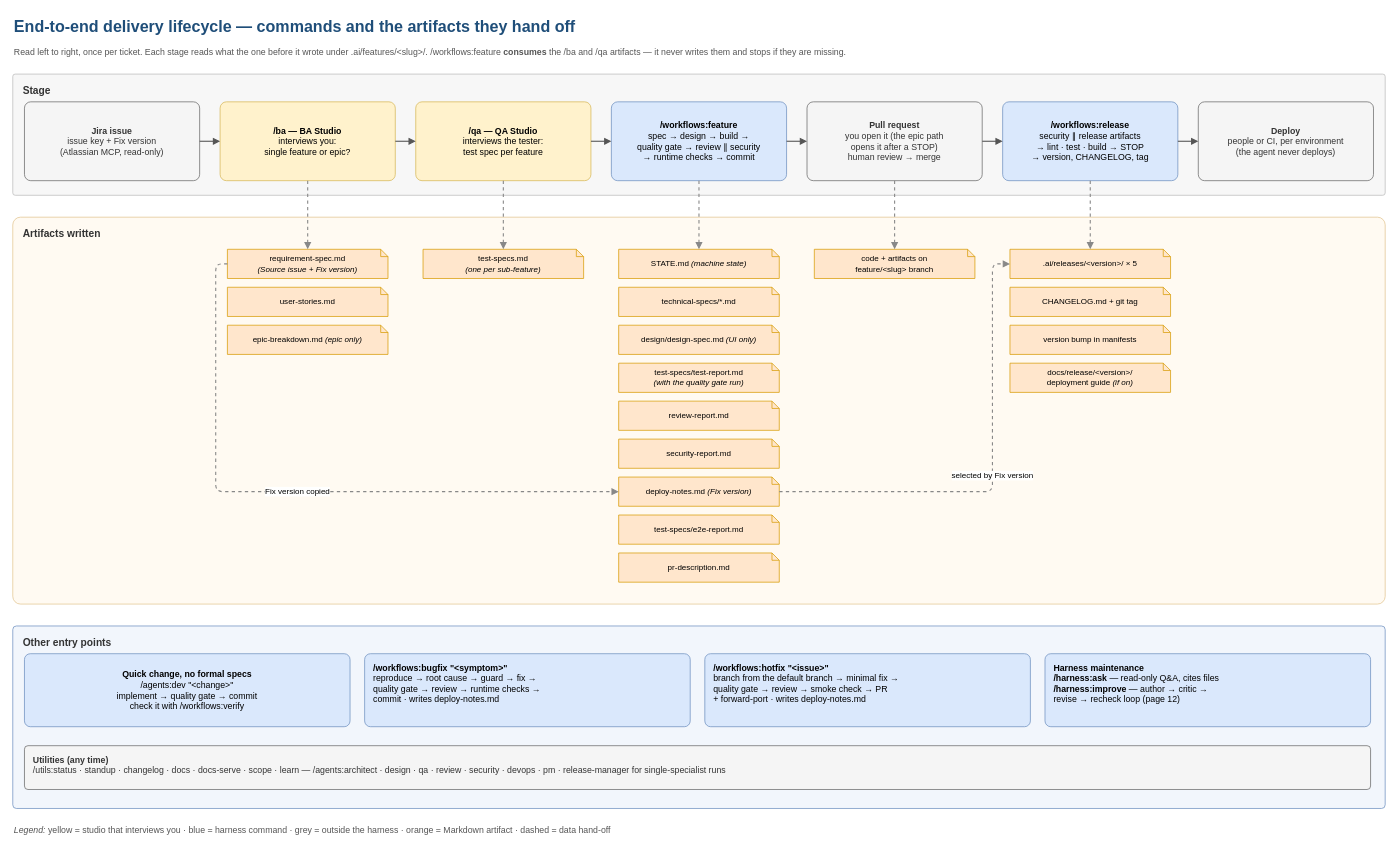
The draw.io diagram page "3 Delivery Lifecycle" (3 of 12) of docs/harness-docs/diagrams/ai-dev-harness/ai-dev-harness.drawio in absjabed/ai-dev-harness, before the edit. Source tidied: cells renumbered, new cells numbered last; positions are measured from the earlier drawing's top-left corner, leaving out a move shared by most shapes. Both pictures are drawn from the tidied source at 73%, with x=0, y=0 at pixel (12, 12).
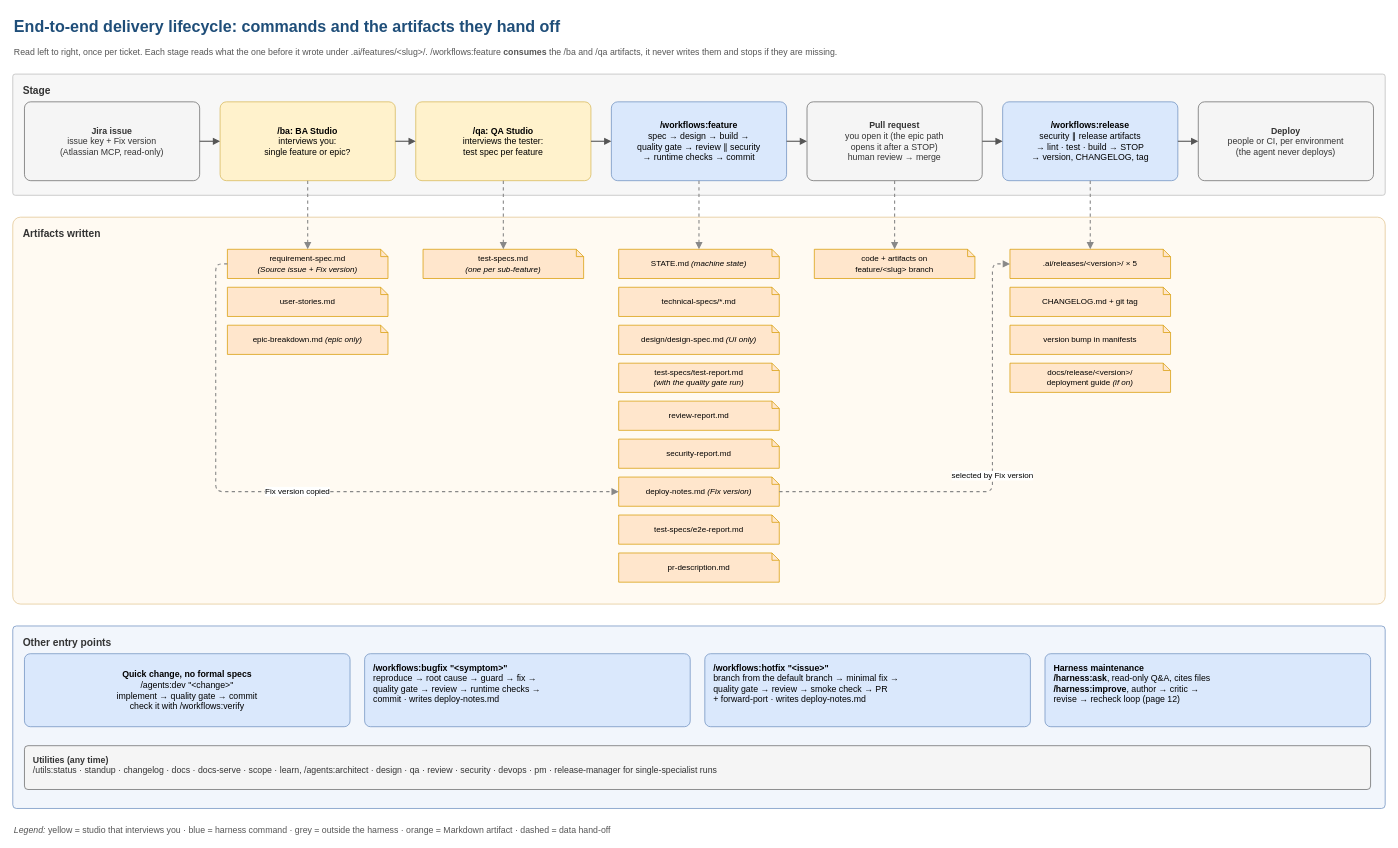
The same diagram, later.

What changed in the source:
```diff
@@
-    <mxCell id="2" value="End-to-end delivery lifecycle — commands and the artifacts they hand off" style="text;fontSize=22;fontStyle=1;fontColor=#1f4e79;align=left;verticalAlign=middle;strokeColor=none;fillColor=none;html=1;whiteSpace=wrap;fontFamily=Helvetica;" parent="1" vertex="1">
+    <mxCell id="2" value="End-to-end delivery lifecycle: commands and the artifacts they hand off" style="text;fontSize=22;fontStyle=1;fontColor=#1f4e79;align=left;verticalAlign=middle;strokeColor=none;fillColor=none;html=1;whiteSpace=wrap;fontFamily=Helvetica;" parent="1" vertex="1">
       <mxGeometry width="1500" height="40" as="geometry" />
     </mxCell>
-    <mxCell id="3" value="Read left to right, once per ticket. Each stage reads what the one before it wrote under .ai/features/&amp;lt;slug&amp;gt;/. /workflows:feature &lt;b&gt;consumes&lt;/b&gt; the /ba and /qa artifacts — it never writes them and stops if they are missing." style="text;fontSize=12;fontColor=#555555;align=left;verticalAlign=top;strokeColor=none;fillColor=none;html=1;whiteSpace=wrap;fontFamily=Helvetica;" parent="1" vertex="1">
+    <mxCell id="3" value="Read left to right, once per ticket. Each stage reads what the one before it wrote under .ai/features/&amp;lt;slug&amp;gt;/. /workflows:feature &lt;b&gt;consumes&lt;/b&gt; the /ba and /qa artifacts, it never writes them and stops if they are missing." style="text;fontSize=12;fontColor=#555555;align=left;verticalAlign=top;strokeColor=none;fillColor=none;html=1;whiteSpace=wrap;fontFamily=Helvetica;" parent="1" vertex="1">
       <mxGeometry y="40" width="1880" height="24" as="geometry" />
     </mxCell>
@@
-    <mxCell id="6" value="&lt;b&gt;/ba — BA Studio&lt;/b&gt;&lt;br&gt;interviews you:&lt;br&gt;single feature or epic?" style="rounded=1;arcSize=8;fillColor=#fff2cc;strokeColor=#d6b656;fontSize=12;html=1;whiteSpace=wrap;fontFamily=Helvetica;" parent="1" vertex="1">
+    <mxCell id="6" value="&lt;b&gt;/ba: BA Studio&lt;/b&gt;&lt;br&gt;interviews you:&lt;br&gt;single feature or epic?" style="rounded=1;arcSize=8;fillColor=#fff2cc;strokeColor=#d6b656;fontSize=12;html=1;whiteSpace=wrap;fontFamily=Helvetica;" parent="1" vertex="1">
       <mxGeometry x="284" y="122" width="240" height="108" as="geometry" />
     </mxCell>
-    <mxCell id="7" value="&lt;b&gt;/qa — QA Studio&lt;/b&gt;&lt;br&gt;interviews the tester:&lt;br&gt;test spec per feature" style="rounded=1;arcSize=8;fillColor=#fff2cc;strokeColor=#d6b656;fontSize=12;html=1;whiteSpace=wrap;fontFamily=Helvetica;" parent="1" vertex="1">
+    <mxCell id="7" value="&lt;b&gt;/qa: QA Studio&lt;/b&gt;&lt;br&gt;interviews the tester:&lt;br&gt;test spec per feature" style="rounded=1;arcSize=8;fillColor=#fff2cc;strokeColor=#d6b656;fontSize=12;html=1;whiteSpace=wrap;fontFamily=Helvetica;" parent="1" vertex="1">
       <mxGeometry x="552" y="122" width="240" height="108" as="geometry" />
     </mxCell>
@@
-    <mxCell id="35" value="&lt;b&gt;Harness maintenance&lt;/b&gt;&lt;br&gt;&lt;b&gt;/harness:ask&lt;/b&gt; — read-only Q&amp;amp;A, cites files&lt;br&gt;&lt;b&gt;/harness:improve&lt;/b&gt; — author → critic →&lt;br&gt;revise → recheck loop (page 12)" style="rounded=1;arcSize=8;fillColor=#dae8fc;strokeColor=#6c8ebf;fontSize=12;html=1;whiteSpace=wrap;fontFamily=Helvetica;align=left;verticalAlign=top;spacingLeft=10;spacingTop=6;spacingRight=6;" parent="1" vertex="1">
+    <mxCell id="35" value="&lt;b&gt;Harness maintenance&lt;/b&gt;&lt;br&gt;&lt;b&gt;/harness:ask&lt;/b&gt;, read-only Q&amp;amp;A, cites files&lt;br&gt;&lt;b&gt;/harness:improve&lt;/b&gt;, author → critic →&lt;br&gt;revise → recheck loop (page 12)" style="rounded=1;arcSize=8;fillColor=#dae8fc;strokeColor=#6c8ebf;fontSize=12;html=1;whiteSpace=wrap;fontFamily=Helvetica;align=left;verticalAlign=top;spacingLeft=10;spacingTop=6;spacingRight=6;" parent="1" vertex="1">
       <mxGeometry x="1414" y="878" width="446" height="100" as="geometry" />
     </mxCell>
-    <mxCell id="36" value="&lt;b&gt;Utilities (any time)&lt;/b&gt;&lt;br&gt;/utils:status · standup · changelog · docs · docs-serve · scope · learn — /agents:architect · design · qa · review · security · devops · pm · release-manager for single-specialist runs" style="rounded=1;arcSize=8;fillColor=#f5f5f5;strokeColor=#666666;fontColor=#333333;fontSize=12;html=1;whiteSpace=wrap;fontFamily=Helvetica;align=left;verticalAlign=top;spacingLeft=10;spacingTop=6;spacingRight=6;" parent="1" vertex="1">
+    <mxCell id="36" value="&lt;b&gt;Utilities (any time)&lt;/b&gt;&lt;br&gt;/utils:status · standup · changelog · docs · docs-serve · scope · learn, /agents:architect · design · qa · review · security · devops · pm · release-manager for single-specialist runs" style="rounded=1;arcSize=8;fillColor=#f5f5f5;strokeColor=#666666;fontColor=#333333;fontSize=12;html=1;whiteSpace=wrap;fontFamily=Helvetica;align=left;verticalAlign=top;spacingLeft=10;spacingTop=6;spacingRight=6;" parent="1" vertex="1">
       <mxGeometry x="16" y="1004" width="1844" height="60" as="geometry" />
     </mxCell>
```
